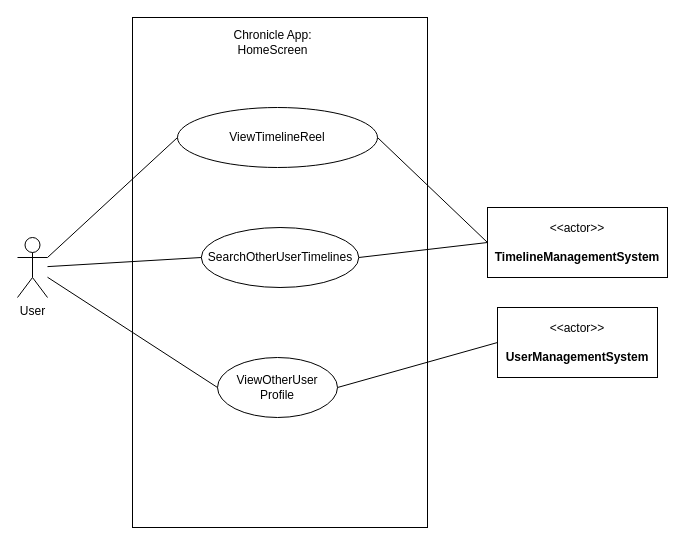
Earlier version of the draw.io diagram page "HomeScreen" (5 of 17) of Week-7-Team-04-Use Case Diagrams (2).drawio (Vaibhav-G-Parmar/Chronicle-Your-Ultimate-Travel-Companion). Source tidied: cells renumbered, new cells numbered last; positions are measured from the earlier drawing's top-left corner, leaving out a move shared by most shapes. Both pictures are drawn from the tidied source at 100%, with x=0, y=0 at pixel (17, 17).
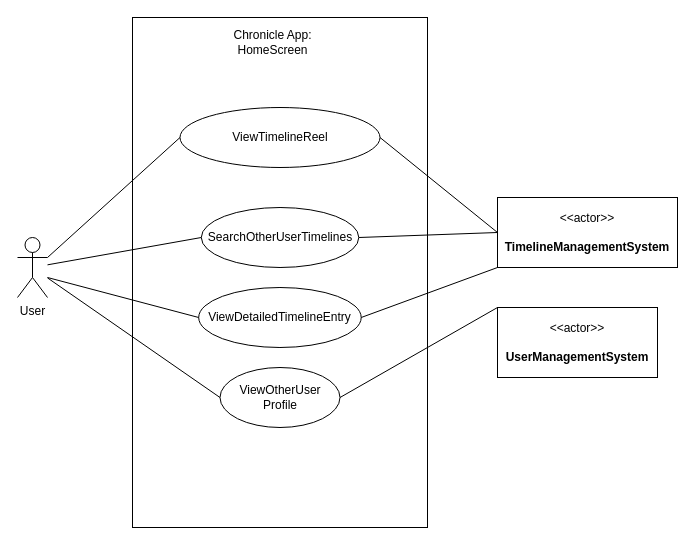
The same diagram, later.

Change to the diagram source:
```diff
@@
 <mxGraphModel>
   <root>
     <mxCell id="0" />
     <mxCell id="1" parent="0" />
     <mxCell id="2" value="&lt;h2&gt;&lt;br&gt;&lt;/h2&gt;" style="rounded=0;whiteSpace=wrap;html=1;align=center;" parent="1" vertex="1">
       <mxGeometry x="115" width="295" height="510" as="geometry" />
     </mxCell>
     <mxCell id="3" value="ViewTimelineReel" style="ellipse;whiteSpace=wrap;html=1;" parent="1" vertex="1">
-      <mxGeometry x="160" y="90" width="200" height="60" as="geometry" />
+      <mxGeometry x="162.5" y="90" width="200" height="60" as="geometry" />
     </mxCell>
     <mxCell id="4" value="User&lt;br&gt;" style="shape=umlActor;verticalLabelPosition=bottom;verticalAlign=top;html=1;outlineConnect=0;" parent="1" vertex="1">
       <mxGeometry y="220" width="30" height="60" as="geometry" />
     </mxCell>
     <mxCell id="5" value="&amp;lt;&amp;lt;actor&amp;gt;&amp;gt;&lt;br&gt;&lt;b&gt;&lt;br&gt;TimelineManagementSystem&lt;br&gt;&lt;/b&gt;" style="html=1;align=center;verticalAlign=middle;dashed=0;whiteSpace=wrap;" parent="1" vertex="1">
-      <mxGeometry x="470" y="190" width="180" height="70" as="geometry" />
+      <mxGeometry x="480" y="180" width="180" height="70" as="geometry" />
     </mxCell>
     <mxCell id="6" style="endArrow=none;html=1;rounded=0;entryX=0;entryY=0.5;entryDx=0;entryDy=0;exitX=1;exitY=0.3333333333333333;exitDx=0;exitDy=0;exitPerimeter=0;" parent="1" edge="1" source="4" target="3">
       <mxGeometry relative="1" as="geometry" />
     </mxCell>
     <mxCell id="7" value="Chronicle App:&lt;br&gt;HomeScreen" style="text;html=1;strokeColor=none;fillColor=none;align=center;verticalAlign=middle;whiteSpace=wrap;rounded=0;" parent="1" vertex="1">
       <mxGeometry x="204" y="10" width="102.5" height="30" as="geometry" />
     </mxCell>
     <mxCell id="8" value="ViewOtherUser Profile" style="ellipse;whiteSpace=wrap;html=1;" parent="1" vertex="1">
-      <mxGeometry x="200" y="340" width="120" height="60" as="geometry" />
+      <mxGeometry x="202.5" y="350" width="120" height="60" as="geometry" />
     </mxCell>
     <mxCell id="9" style="endArrow=none;html=1;rounded=0;entryX=0;entryY=0.5;entryDx=0;entryDy=0;" parent="1" edge="1" source="4" target="8">
       <mxGeometry relative="1" as="geometry" />
     </mxCell>
     <mxCell id="10" style="endArrow=none;html=1;rounded=0;entryX=0;entryY=0.5;entryDx=0;entryDy=0;exitX=1;exitY=0.5;exitDx=0;exitDy=0;" parent="1" edge="1" source="3" target="5">
       <mxGeometry relative="1" as="geometry" />
     </mxCell>
-    <mxCell id="11" style="endArrow=none;html=1;rounded=0;entryX=0;entryY=0.5;entryDx=0;entryDy=0;exitX=1;exitY=0.5;exitDx=0;exitDy=0;" parent="1" edge="1" source="8" target="15">
+    <mxCell id="11" style="endArrow=none;html=1;rounded=0;entryX=0;entryY=0;entryDx=0;entryDy=0;exitX=1;exitY=0.5;exitDx=0;exitDy=0;" parent="1" edge="1" source="8" target="15">
       <mxGeometry relative="1" as="geometry" />
     </mxCell>
     <mxCell id="12" value="SearchOtherUserTimelines" style="ellipse;whiteSpace=wrap;html=1;" parent="1" vertex="1">
-      <mxGeometry x="183.8" y="210" width="157.5" height="60" as="geometry" />
+      <mxGeometry x="183.8" y="190" width="157.5" height="60" as="geometry" />
     </mxCell>
     <mxCell id="13" style="endArrow=none;html=1;rounded=0;entryX=0;entryY=0.5;entryDx=0;entryDy=0;" parent="1" edge="1" source="4" target="12">
       <mxGeometry relative="1" as="geometry" />
     </mxCell>
     <mxCell id="14" style="endArrow=none;html=1;rounded=0;exitX=1;exitY=0.5;exitDx=0;exitDy=0;entryX=0;entryY=0.5;entryDx=0;entryDy=0;" parent="1" edge="1" source="12" target="5">
       <mxGeometry relative="1" as="geometry" />
     </mxCell>
     <mxCell id="15" value="&amp;lt;&amp;lt;actor&amp;gt;&amp;gt;&lt;br&gt;&lt;br&gt;&lt;b&gt;UserManagementSystem&lt;br&gt;&lt;/b&gt;" style="html=1;align=center;verticalAlign=middle;dashed=0;whiteSpace=wrap;" parent="1" vertex="1">
       <mxGeometry x="480" y="290" width="160" height="70" as="geometry" />
     </mxCell>
+    <mxCell id="16" value="ViewDetailedTimelineEntry" style="ellipse;whiteSpace=wrap;html=1;" parent="1" vertex="1">
+      <mxGeometry x="181.2" y="270" width="162.5" height="60" as="geometry" />
+    </mxCell>
+    <mxCell id="17" style="endArrow=none;html=1;rounded=0;exitX=0;exitY=0.5;exitDx=0;exitDy=0;" parent="1" edge="1" source="16">
+      <mxGeometry relative="1" as="geometry">
+        <mxPoint x="30" y="260" as="targetPoint" />
+      </mxGeometry>
+    </mxCell>
+    <mxCell id="18" style="endArrow=none;html=1;rounded=0;entryX=0;entryY=1;entryDx=0;entryDy=0;exitX=1;exitY=0.5;exitDx=0;exitDy=0;" parent="1" edge="1" source="16" target="5">
+      <mxGeometry relative="1" as="geometry" />
+    </mxCell>
   </root>
 </mxGraphModel>
```
